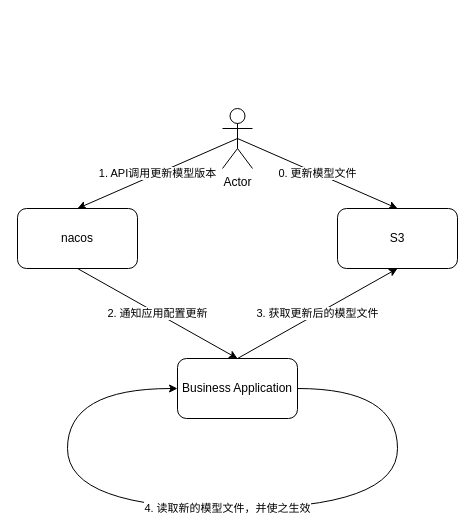
This is page "Page-1" (1 of 2) of multi-model/process-flow.drawio from dosjia/chart, a draw.io file, before an edit. Source tidied: cells renumbered, new cells numbered last; positions are measured from the earlier drawing's top-left corner, leaving out a move shared by most shapes. Both pictures are drawn from the tidied source at 100%, with x=0, y=0 at pixel (17, 108).
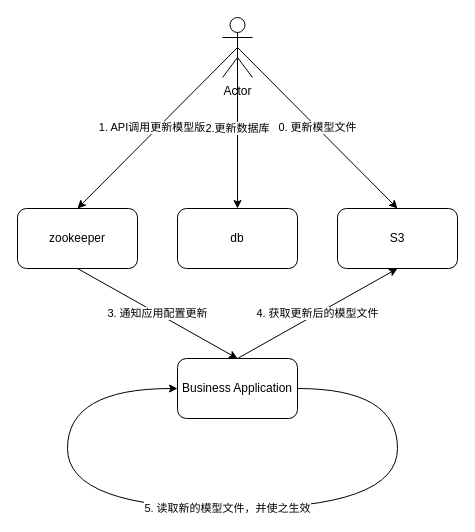
The same diagram, later.

What changed in the source:
```diff
@@
 <mxGraphModel>
   <root>
     <mxCell id="0" />
     <mxCell id="1" parent="0" />
-    <mxCell id="2" value="nacos" style="rounded=1;whiteSpace=wrap;html=1;" parent="1" vertex="1">
+    <mxCell id="2" value="zookeeper" style="rounded=1;whiteSpace=wrap;html=1;" parent="1" vertex="1">
       <mxGeometry y="100" width="120" height="60" as="geometry" />
     </mxCell>
     <mxCell id="3" value="Business Application" style="rounded=1;whiteSpace=wrap;html=1;" parent="1" vertex="1">
       <mxGeometry x="160" y="250" width="120" height="60" as="geometry" />
     </mxCell>
     <mxCell id="4" value="S3" style="rounded=1;whiteSpace=wrap;html=1;" parent="1" vertex="1">
       <mxGeometry x="320" y="100" width="120" height="60" as="geometry" />
     </mxCell>
     <mxCell id="5" value="1. API调用更新模型版本" style="endArrow=classic;html=1;entryX=0.5;entryY=0;entryDx=0;entryDy=0;exitX=0.5;exitY=0.5;exitDx=0;exitDy=0;exitPerimeter=0;" parent="1" edge="1" source="9" target="2">
       <mxGeometry relative="1" as="geometry" />
     </mxCell>
-    <mxCell id="6" value="2. 通知应用配置更新" style="endArrow=classic;html=1;entryX=0.5;entryY=0;entryDx=0;entryDy=0;exitX=0.5;exitY=1;exitDx=0;exitDy=0;" parent="1" edge="1" source="2" target="3">
+    <mxCell id="6" value="3. 通知应用配置更新" style="endArrow=classic;html=1;entryX=0.5;entryY=0;entryDx=0;entryDy=0;exitX=0.5;exitY=1;exitDx=0;exitDy=0;" parent="1" edge="1" source="2" target="3">
       <mxGeometry relative="1" as="geometry" />
     </mxCell>
-    <mxCell id="7" value="3. 获取更新后的模型文件" style="endArrow=classic;html=1;exitX=0.5;exitY=0;exitDx=0;exitDy=0;entryX=0.5;entryY=1;entryDx=0;entryDy=0;" parent="1" edge="1" source="3" target="4">
+    <mxCell id="7" value="4. 获取更新后的模型文件" style="endArrow=classic;html=1;exitX=0.5;exitY=0;exitDx=0;exitDy=0;entryX=0.5;entryY=1;entryDx=0;entryDy=0;" parent="1" edge="1" source="3" target="4">
       <mxGeometry relative="1" as="geometry" />
     </mxCell>
     <mxCell id="8" value="0. 更新模型文件" style="edgeStyle=none;html=1;exitX=0.5;exitY=0.5;exitDx=0;exitDy=0;exitPerimeter=0;entryX=0.5;entryY=0;entryDx=0;entryDy=0;" parent="1" edge="1" source="9" target="4">
       <mxGeometry relative="1" as="geometry" />
     </mxCell>
     <mxCell id="9" value="Actor" style="shape=umlActor;verticalLabelPosition=bottom;verticalAlign=top;html=1;outlineConnect=0;" parent="1" vertex="1">
-      <mxGeometry x="205" width="30" height="60" as="geometry" />
+      <mxGeometry x="205" y="-91" width="30" height="60" as="geometry" />
     </mxCell>
-    <mxCell id="10" value="4. 读取新的模型文件，并使之生效" style="endArrow=classic;html=1;edgeStyle=orthogonalEdgeStyle;curved=1;exitX=1;exitY=0.5;exitDx=0;exitDy=0;entryX=0;entryY=0.5;entryDx=0;entryDy=0;" parent="1" edge="1" source="3" target="3">
+    <mxCell id="10" value="5. 读取新的模型文件，并使之生效" style="endArrow=classic;html=1;edgeStyle=orthogonalEdgeStyle;curved=1;exitX=1;exitY=0.5;exitDx=0;exitDy=0;entryX=0;entryY=0.5;entryDx=0;entryDy=0;" parent="1" edge="1" source="3" target="3">
       <mxGeometry relative="1" as="geometry">
         <Array as="points">
           <mxPoint x="380" y="280" />
           <mxPoint x="380" y="400" />
           <mxPoint x="50" y="400" />
           <mxPoint x="50" y="280" />
         </Array>
       </mxGeometry>
     </mxCell>
+    <mxCell id="11" value="db" style="rounded=1;whiteSpace=wrap;html=1;" parent="1" vertex="1">
+      <mxGeometry x="160" y="100" width="120" height="60" as="geometry" />
+    </mxCell>
+    <mxCell id="12" value="2.更新数据库" style="edgeStyle=none;html=1;exitX=0.5;exitY=0.5;exitDx=0;exitDy=0;exitPerimeter=0;entryX=0.5;entryY=0;entryDx=0;entryDy=0;" parent="1" edge="1" source="9" target="11">
+      <mxGeometry relative="1" as="geometry" />
+    </mxCell>
   </root>
 </mxGraphModel>
```
